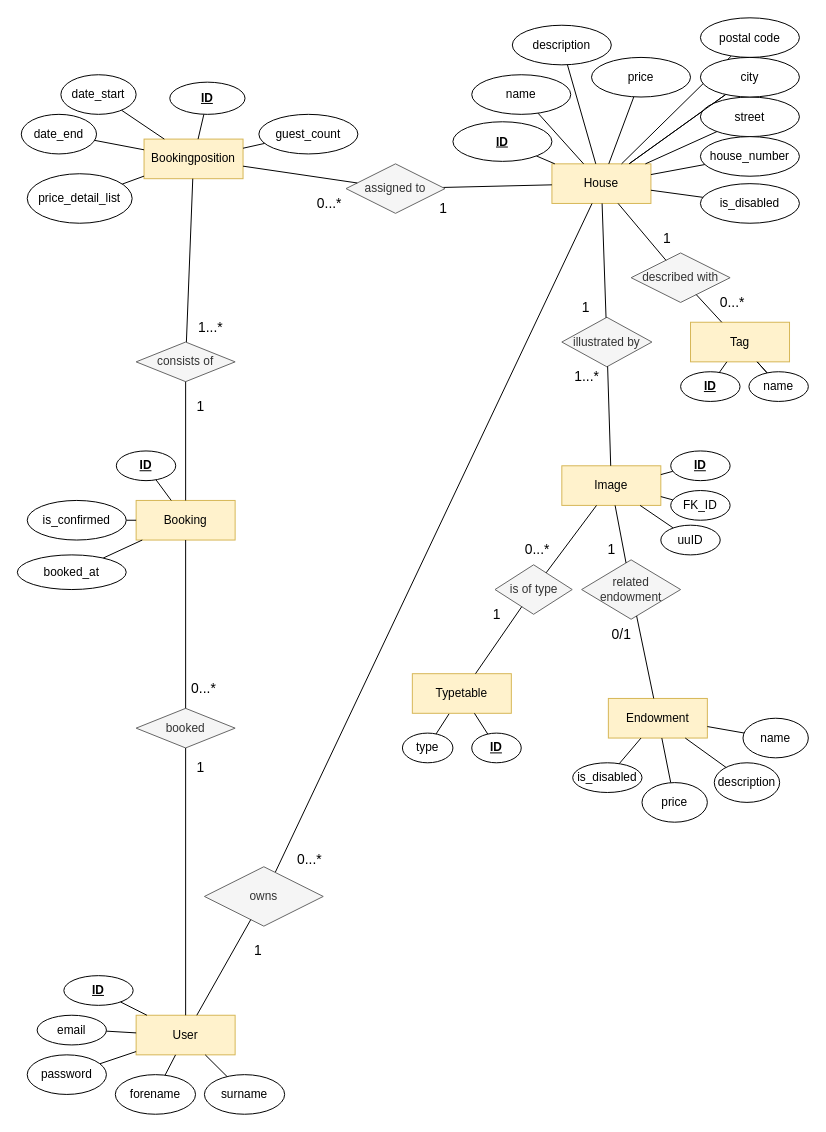
The draw.io diagram database/ER-Diagram.drawio in eXtgmA/vacation_rental, before the edit. Source tidied: cells renumbered, new cells numbered last; positions are measured from the earlier drawing's top-left corner, leaving out a move shared by most shapes. Both pictures are drawn from the tidied source at 99%, with x=0, y=0 at pixel (17, 17).
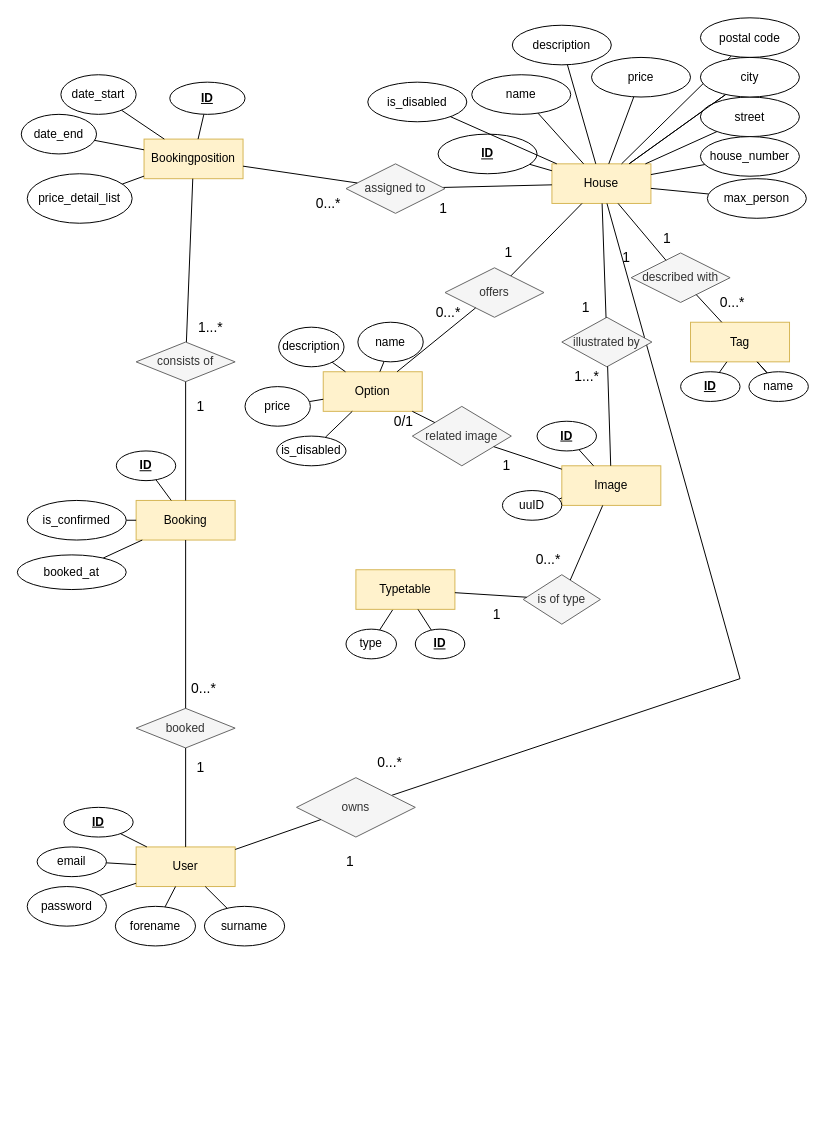
After the change.

Commit message:
Rename Endowment to Option and fix logical mistakes

Unchanged cells that the change refers to:
```xml
<mxCell id="18" value="Bookingposition" style="whiteSpace=wrap;html=1;align=center;fillColor=#fff2cc;strokeColor=#d6b656;" parent="1" vertex="1">
  <mxGeometry x="128" y="123" width="100" height="40" as="geometry" />
</mxCell>
<mxCell id="21" value="House" style="whiteSpace=wrap;html=1;align=center;fillColor=#fff2cc;strokeColor=#d6b656;" parent="1" vertex="1">
  <mxGeometry x="540" y="148" width="100" height="40" as="geometry" />
</mxCell>
<mxCell id="60" value="Image" style="whiteSpace=wrap;html=1;align=center;fillColor=#fff2cc;strokeColor=#d6b656;" parent="1" vertex="1">
  <mxGeometry x="550" y="453" width="100" height="40" as="geometry" />
</mxCell>
```

Change to the diagram source:
```diff
@@
     <mxCell id="2" value="User" style="whiteSpace=wrap;html=1;align=center;fillColor=#fff2cc;strokeColor=#d6b656;" parent="1" vertex="1">
-      <mxGeometry x="120" y="1008" width="100" height="40" as="geometry" />
+      <mxGeometry x="120" y="838" width="100" height="40" as="geometry" />
     </mxCell>
@@
     <mxCell id="4" value="&lt;b&gt;&lt;u&gt;ID&lt;br&gt;&lt;/u&gt;&lt;/b&gt;" style="ellipse;whiteSpace=wrap;html=1;align=center;" parent="1" vertex="1">
-      <mxGeometry x="47" y="968" width="70" height="30" as="geometry" />
+      <mxGeometry x="47" y="798" width="70" height="30" as="geometry" />
     </mxCell>
@@
     <mxCell id="6" value="email" style="ellipse;whiteSpace=wrap;html=1;align=center;" parent="1" vertex="1">
-      <mxGeometry x="20" y="1008" width="70" height="30" as="geometry" />
+      <mxGeometry x="20" y="838" width="70" height="30" as="geometry" />
     </mxCell>
@@
     <mxCell id="8" value="password" style="ellipse;whiteSpace=wrap;html=1;align=center;" parent="1" vertex="1">
-      <mxGeometry x="10" y="1048" width="80" height="40" as="geometry" />
+      <mxGeometry x="10" y="878" width="80" height="40" as="geometry" />
     </mxCell>
@@
     <mxCell id="10" value="forename" style="ellipse;whiteSpace=wrap;html=1;align=center;" parent="1" vertex="1">
-      <mxGeometry x="99" y="1068" width="81" height="40" as="geometry" />
+      <mxGeometry x="99" y="898" width="81" height="40" as="geometry" />
     </mxCell>
@@
     <mxCell id="12" value="surname" style="ellipse;whiteSpace=wrap;html=1;align=center;" parent="1" vertex="1">
-      <mxGeometry x="189" y="1068" width="81" height="40" as="geometry" />
+      <mxGeometry x="189" y="898" width="81" height="40" as="geometry" />
     </mxCell>
@@
     <mxCell id="27" value="&lt;b&gt;&lt;u&gt;ID&lt;/u&gt;&lt;/b&gt;" style="ellipse;whiteSpace=wrap;html=1;align=center;" parent="1" vertex="1">
-      <mxGeometry x="440" y="105.5" width="100" height="40" as="geometry" />
+      <mxGeometry x="425" y="118" width="100" height="40" as="geometry" />
     </mxCell>
@@
     <mxCell id="33" style="rounded=0;jettySize=auto;html=1;endArrow=none;endFill=0;" parent="1" edge="1" source="34" target="21">
-      <mxGeometry relative="1" as="geometry" />
+      <mxGeometry relative="1" as="geometry">
+        <Array as="points">
+          <mxPoint x="730" y="668" />
+        </Array>
+      </mxGeometry>
     </mxCell>
     <mxCell id="34" value="owns" style="shape=rhombus;perimeter=rhombusPerimeter;whiteSpace=wrap;html=1;align=center;fillColor=#f5f5f5;strokeColor=#666666;fontColor=#333333;" parent="1" vertex="1">
-      <mxGeometry x="189" y="858" width="120" height="60" as="geometry" />
+      <mxGeometry x="282" y="768" width="120" height="60" as="geometry" />
     </mxCell>
@@
     <mxCell id="62" value="&lt;b&gt;&lt;u&gt;ID&lt;/u&gt;&lt;/b&gt;" style="ellipse;whiteSpace=wrap;html=1;align=center;" parent="1" vertex="1">
-      <mxGeometry x="660" y="438" width="60" height="30" as="geometry" />
+      <mxGeometry x="525" y="408" width="60" height="30" as="geometry" />
     </mxCell>
@@
-    <mxCell id="72" style="rounded=0;jettySize=auto;html=1;endArrow=none;endFill=0;" parent="1" edge="1" source="73" target="18">
-      <mxGeometry relative="1" as="geometry" />
-    </mxCell>
-    <mxCell id="73" value="guest_count" style="ellipse;whiteSpace=wrap;html=1;align=center;" parent="1" vertex="1">
-      <mxGeometry x="244" y="98" width="100" height="40" as="geometry" />
-    </mxCell>
     <mxCell id="74" value="is_disabled" style="ellipse;whiteSpace=wrap;html=1;align=center;" parent="1" vertex="1">
-      <mxGeometry x="690" y="168" width="100" height="40" as="geometry" />
+      <mxGeometry x="354" y="65.5" width="100" height="40" as="geometry" />
     </mxCell>
@@
-    <mxCell id="76" value="Endowment" style="whiteSpace=wrap;html=1;align=center;fillColor=#fff2cc;strokeColor=#d6b656;" parent="1" vertex="1">
-      <mxGeometry x="597" y="688" width="100" height="40" as="geometry" />
+    <mxCell id="76" value="Option" style="whiteSpace=wrap;html=1;align=center;fillColor=#fff2cc;strokeColor=#d6b656;" parent="1" vertex="1">
+      <mxGeometry x="309" y="358" width="100" height="40" as="geometry" />
     </mxCell>
     <mxCell id="77" value="is_disabled" style="ellipse;whiteSpace=wrap;html=1;align=center;" parent="1" vertex="1">
-      <mxGeometry x="561" y="753" width="70" height="30" as="geometry" />
+      <mxGeometry x="262" y="423" width="70" height="30" as="geometry" />
     </mxCell>
@@
     <mxCell id="82" value="type" style="ellipse;whiteSpace=wrap;html=1;align=center;" parent="1" vertex="1">
-      <mxGeometry x="389" y="723" width="51" height="30" as="geometry" />
+      <mxGeometry x="332" y="618" width="51" height="30" as="geometry" />
     </mxCell>
-    <mxCell id="83" style="rounded=0;jettySize=auto;html=1;endArrow=none;endFill=0;" parent="1" edge="1" source="84" target="60">
-      <mxGeometry relative="1" as="geometry" />
-    </mxCell>
-    <mxCell id="84" value="FK_ID" style="ellipse;whiteSpace=wrap;html=1;align=center;" parent="1" vertex="1">
-      <mxGeometry x="660" y="478" width="60" height="30" as="geometry" />
-    </mxCell>
@@
     <mxCell id="86" value="uuID" style="ellipse;whiteSpace=wrap;html=1;align=center;" parent="1" vertex="1">
-      <mxGeometry x="650" y="513" width="60" height="30" as="geometry" />
+      <mxGeometry x="490" y="478" width="60" height="30" as="geometry" />
     </mxCell>
     <mxCell id="87" value="Typetable" style="whiteSpace=wrap;html=1;align=center;fillColor=#fff2cc;strokeColor=#d6b656;" parent="1" vertex="1">
-      <mxGeometry x="399" y="663" width="100" height="40" as="geometry" />
+      <mxGeometry x="342" y="558" width="100" height="40" as="geometry" />
     </mxCell>
     <mxCell id="88" value="is of type" style="shape=rhombus;perimeter=rhombusPerimeter;whiteSpace=wrap;html=1;align=center;fillColor=#f5f5f5;strokeColor=#666666;fontColor=#333333;" parent="1" vertex="1">
-      <mxGeometry x="482.5" y="553" width="78" height="50" as="geometry" />
+      <mxGeometry x="511" y="563" width="78" height="50" as="geometry" />
     </mxCell>
@@
     <mxCell id="90" value="&lt;b&gt;&lt;u&gt;ID&lt;/u&gt;&lt;/b&gt;" style="ellipse;whiteSpace=wrap;html=1;align=center;" parent="1" vertex="1">
-      <mxGeometry x="459" y="723" width="50" height="30" as="geometry" />
+      <mxGeometry x="402" y="618" width="50" height="30" as="geometry" />
     </mxCell>
@@
-    <mxCell id="93" value="related endowment" style="shape=rhombus;perimeter=rhombusPerimeter;whiteSpace=wrap;html=1;align=center;fillColor=#f5f5f5;strokeColor=#666666;fontColor=#333333;" parent="1" vertex="1">
-      <mxGeometry x="570" y="548" width="100" height="60" as="geometry" />
+    <mxCell id="93" value="related image" style="shape=rhombus;perimeter=rhombusPerimeter;whiteSpace=wrap;html=1;align=center;fillColor=#f5f5f5;strokeColor=#666666;fontColor=#333333;" parent="1" vertex="1">
+      <mxGeometry x="399" y="393" width="100" height="60" as="geometry" />
     </mxCell>
@@
     <mxCell id="97" value="name" style="ellipse;whiteSpace=wrap;html=1;align=center;" parent="1" vertex="1">
-      <mxGeometry x="733" y="708" width="66" height="40" as="geometry" />
+      <mxGeometry x="344" y="308" width="66" height="40" as="geometry" />
     </mxCell>
@@
     <mxCell id="99" value="price" style="ellipse;whiteSpace=wrap;html=1;align=center;" parent="1" vertex="1">
-      <mxGeometry x="631" y="773" width="66" height="40" as="geometry" />
+      <mxGeometry x="230" y="373" width="66" height="40" as="geometry" />
     </mxCell>
@@
     <mxCell id="101" value="description" style="ellipse;whiteSpace=wrap;html=1;align=center;" parent="1" vertex="1">
-      <mxGeometry x="704" y="753" width="66" height="40" as="geometry" />
+      <mxGeometry x="264" y="313" width="66" height="40" as="geometry" />
     </mxCell>
     <mxCell id="102" value="&lt;font style=&quot;font-size: 14px;&quot;&gt;0...*&lt;/font&gt;" style="text;html=1;align=center;verticalAlign=middle;strokeColor=none;fillColor=none;fontSize=14;" parent="1" vertex="1">
-      <mxGeometry x="270" y="836" width="50" height="30" as="geometry" />
+      <mxGeometry x="351" y="738" width="50" height="30" as="geometry" />
     </mxCell>
     <mxCell id="103" value="&lt;font style=&quot;font-size: 14px;&quot;&gt;1&lt;/font&gt;" style="text;html=1;align=center;verticalAlign=middle;strokeColor=none;fillColor=none;fontSize=14;" parent="1" vertex="1">
-      <mxGeometry x="228" y="928" width="30" height="30" as="geometry" />
+      <mxGeometry x="321" y="838" width="30" height="30" as="geometry" />
     </mxCell>
@@
     <mxCell id="105" value="&lt;font style=&quot;font-size: 14px;&quot;&gt;0...*&lt;/font&gt;" style="text;html=1;align=center;verticalAlign=middle;strokeColor=none;fillColor=none;fontSize=14;" parent="1" vertex="1">
-      <mxGeometry x="290" y="173" width="50" height="30" as="geometry" />
+      <mxGeometry x="289" y="173" width="50" height="30" as="geometry" />
     </mxCell>
@@
     <mxCell id="115" value="&lt;font style=&quot;font-size: 14px;&quot;&gt;0...*&lt;/font&gt;" style="text;html=1;align=center;verticalAlign=middle;strokeColor=none;fillColor=none;fontSize=14;" parent="1" vertex="1">
-      <mxGeometry x="500" y="523" width="50" height="30" as="geometry" />
+      <mxGeometry x="511" y="533" width="50" height="30" as="geometry" />
     </mxCell>
     <mxCell id="116" value="&lt;font style=&quot;font-size: 14px;&quot;&gt;1&lt;/font&gt;" style="text;html=1;align=center;verticalAlign=middle;strokeColor=none;fillColor=none;fontSize=14;" parent="1" vertex="1">
-      <mxGeometry x="585" y="523" width="30" height="30" as="geometry" />
+      <mxGeometry x="479" y="438" width="30" height="30" as="geometry" />
     </mxCell>
     <mxCell id="117" value="&lt;font style=&quot;font-size: 14px;&quot;&gt;0/1&lt;/font&gt;" style="text;html=1;align=center;verticalAlign=middle;strokeColor=none;fillColor=none;fontSize=14;" parent="1" vertex="1">
-      <mxGeometry x="590" y="608" width="40" height="30" as="geometry" />
+      <mxGeometry x="370" y="393" width="40" height="30" as="geometry" />
     </mxCell>
+    <mxCell id="118" value="max_person" style="ellipse;whiteSpace=wrap;html=1;align=center;" parent="1" vertex="1">
+      <mxGeometry x="697" y="163" width="100" height="40" as="geometry" />
+    </mxCell>
+    <mxCell id="119" style="rounded=0;jettySize=auto;html=1;endArrow=none;endFill=0;" parent="1" edge="1" source="118" target="21">
+      <mxGeometry relative="1" as="geometry" />
+    </mxCell>
+    <mxCell id="120" value="&lt;font style=&quot;font-size: 14px;&quot;&gt;1&lt;/font&gt;" style="text;html=1;align=center;verticalAlign=middle;strokeColor=none;fillColor=none;fontSize=14;" parent="1" vertex="1">
+      <mxGeometry x="600" y="228" width="30" height="30" as="geometry" />
+    </mxCell>
+    <mxCell id="121" value="offers" style="shape=rhombus;perimeter=rhombusPerimeter;whiteSpace=wrap;html=1;align=center;fillColor=#f5f5f5;strokeColor=#666666;fontColor=#333333;" parent="1" vertex="1">
+      <mxGeometry x="432" y="253" width="100" height="50" as="geometry" />
+    </mxCell>
+    <mxCell id="122" style="rounded=0;jettySize=auto;html=1;endArrow=none;endFill=0;" parent="1" edge="1" source="76" target="121">
+      <mxGeometry relative="1" as="geometry" />
+    </mxCell>
+    <mxCell id="123" style="rounded=0;jettySize=auto;html=1;endArrow=none;endFill=0;" parent="1" edge="1" source="21" target="121">
+      <mxGeometry relative="1" as="geometry" />
+    </mxCell>
+    <mxCell id="124" value="&lt;font style=&quot;font-size: 14px;&quot;&gt;1&lt;/font&gt;" style="text;html=1;align=center;verticalAlign=middle;strokeColor=none;fillColor=none;fontSize=14;" parent="1" vertex="1">
+      <mxGeometry x="481" y="223" width="30" height="30" as="geometry" />
+    </mxCell>
+    <mxCell id="125" value="&lt;font style=&quot;font-size: 14px;&quot;&gt;0...*&lt;/font&gt;" style="text;html=1;align=center;verticalAlign=middle;strokeColor=none;fillColor=none;fontSize=14;" parent="1" vertex="1">
+      <mxGeometry x="410" y="283" width="50" height="30" as="geometry" />
+    </mxCell>
```
